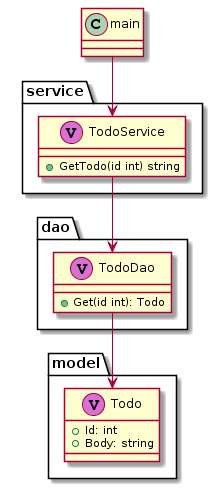
The PlantUML diagram arch.png in care-1040/di-sample, before a commit.
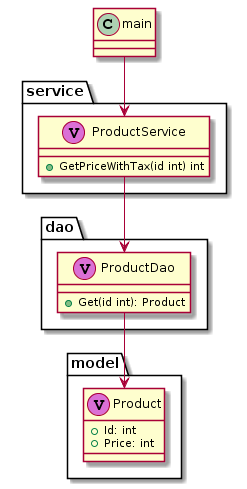
After the commit.

Commit message:
change: todo to product

Diff of the diagram source:
```diff
@@ -1,24 +1,24 @@
 @startuml
 package "model" {
-    class "Todo" as model.Todo <<V,Orchid>> {
+    class "Product" as model.Product <<V,Orchid>> {
         +Id: int
-        +Body: string
+        +Price: int
     }
 }
 
 package "dao" {
-    class "TodoDao" as dao.TodoDao <<V,Orchid>> {
-        +Get(id int): Todo
+    class "ProductDao" as dao.ProductDao <<V,Orchid>> {
+        +Get(id int): Product
     }
 }
 
 package "service" {
-    class "TodoService" as service.TodoService <<V,Orchid>> {
-        +GetTodo(id int) string
+    class "ProductService" as service.ProductService <<V,Orchid>> {
+        +GetPriceWithTax(id int) int
     }
 }
 
-main --> service.TodoService
-service.TodoService --> dao.TodoDao
-dao.TodoDao --> model.Todo
+main --> service.ProductService
+service.ProductService --> dao.ProductDao
+dao.ProductDao --> model.Product
 @enduml
```
